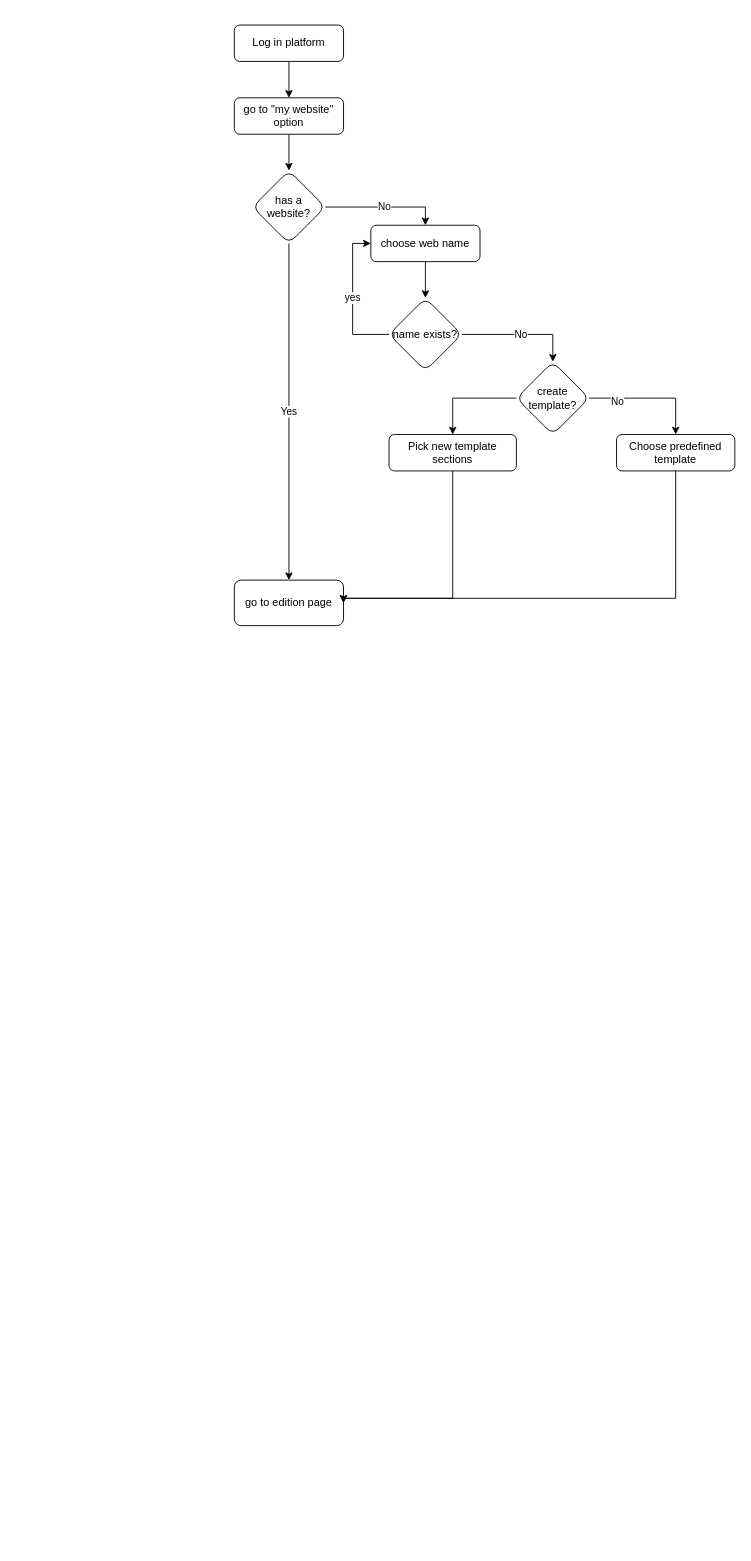
Before: components.drawio in richruizv/platzi_master_startup, a draw.io diagram. Source tidied: cells renumbered, new cells numbered last; positions are measured from the earlier drawing's top-left corner, leaving out a move shared by most shapes. Both pictures are drawn from the tidied source at 91%, with x=0, y=0 at pixel (234, 25).
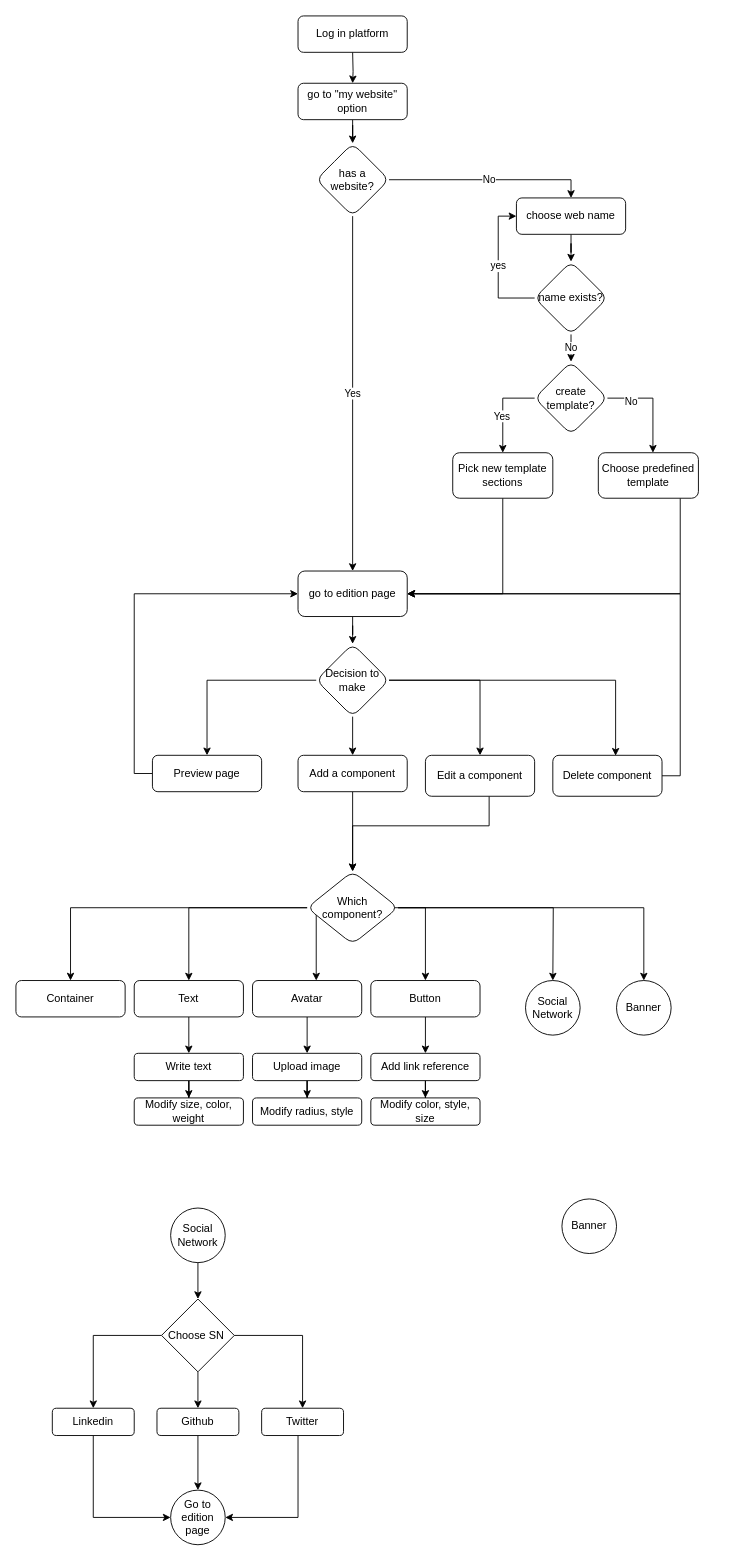
After the change.

Unchanged cells that the change refers to:
```xml
<mxCell id="17" style="edgeStyle=orthogonalEdgeStyle;rounded=0;jettySize=auto;html=1;exitX=0;exitY=0.5;exitDx=0;exitDy=0;" parent="1" edge="1" source="18" target="20">
  <mxGeometry relative="1" as="geometry" />
</mxCell>
```

The edit, as a diff of the source:
```diff
@@
-    <mxCell id="2" style="edgeStyle=orthogonalEdgeStyle;rounded=0;jettySize=auto;html=1;" parent="1" edge="1" source="3" target="5">
-      <mxGeometry relative="1" as="geometry" />
+    <mxCell id="2" style="edgeStyle=orthogonalEdgeStyle;rounded=0;jettySize=auto;html=1;" parent="1" edge="1" target="5">
+      <mxGeometry relative="1" as="geometry">
+        <mxPoint x="130" y="30" as="sourcePoint" />
+      </mxGeometry>
     </mxCell>
     <mxCell id="3" value="Log in platform" style="rounded=1;whiteSpace=wrap;html=1;" parent="1" vertex="1">
-      <mxGeometry width="120" height="40" as="geometry" />
+      <mxGeometry x="70" y="-10" width="120" height="40" as="geometry" />
     </mxCell>
@@
     <mxCell id="5" value="go to &quot;my website&quot; option" style="whiteSpace=wrap;html=1;rounded=1;" parent="1" vertex="1">
-      <mxGeometry y="80" width="120" height="40" as="geometry" />
+      <mxGeometry x="70" y="64" width="120" height="40" as="geometry" />
     </mxCell>
@@
-    <mxCell id="7" value="No" style="edgeStyle=orthogonalEdgeStyle;rounded=0;jettySize=auto;html=1;entryX=0.5;entryY=0;entryDx=0;entryDy=0;" parent="1" edge="1" source="8" target="11">
+    <mxCell id="7" value="No" style="edgeStyle=orthogonalEdgeStyle;rounded=0;jettySize=auto;html=1;entryX=0.5;entryY=0;entryDx=0;entryDy=0;exitX=1;exitY=0.5;exitDx=0;exitDy=0;" parent="1" edge="1" source="8" target="11">
       <mxGeometry relative="1" as="geometry">
         <Array as="points">
-          <mxPoint x="210" y="200" />
+          <mxPoint x="370" y="170" />
         </Array>
       </mxGeometry>
     </mxCell>
     <mxCell id="8" value="has a website?" style="rhombus;whiteSpace=wrap;html=1;rounded=1;" parent="1" vertex="1">
-      <mxGeometry x="20" y="160" width="80" height="80" as="geometry" />
+      <mxGeometry x="90" y="130" width="80" height="80" as="geometry" />
     </mxCell>
+    <mxCell id="23" style="edgeStyle=orthogonalEdgeStyle;rounded=0;jettySize=auto;html=1;" parent="1" edge="1" source="9" target="29">
+      <mxGeometry relative="1" as="geometry" />
+    </mxCell>
     <mxCell id="9" value="go to edition page" style="whiteSpace=wrap;html=1;rounded=1;" parent="1" vertex="1">
-      <mxGeometry y="610" width="120" height="50" as="geometry" />
+      <mxGeometry x="70" y="600" width="120" height="50" as="geometry" />
     </mxCell>
@@
     <mxCell id="11" value="choose web name" style="whiteSpace=wrap;html=1;rounded=1;" parent="1" vertex="1">
-      <mxGeometry x="150" y="220" width="120" height="40" as="geometry" />
+      <mxGeometry x="310" y="190" width="120" height="40" as="geometry" />
     </mxCell>
@@
-    <mxCell id="13" value="No" style="edgeStyle=orthogonalEdgeStyle;rounded=0;jettySize=auto;html=1;" parent="1" edge="1" source="14" target="18">
-      <mxGeometry relative="1" as="geometry">
-        <Array as="points">
-          <mxPoint x="350" y="340" />
-        </Array>
-      </mxGeometry>
+    <mxCell id="13" value="No" style="edgeStyle=orthogonalEdgeStyle;rounded=0;jettySize=auto;html=1;exitX=0.5;exitY=1;exitDx=0;exitDy=0;entryX=0.5;entryY=0;entryDx=0;entryDy=0;" parent="1" edge="1" source="14" target="18">
+      <mxGeometry relative="1" as="geometry" />
     </mxCell>
     <mxCell id="14" value="name exists?" style="rhombus;whiteSpace=wrap;html=1;rounded=1;" parent="1" vertex="1">
-      <mxGeometry x="170" y="300" width="80" height="80" as="geometry" />
+      <mxGeometry x="330" y="260" width="80" height="80" as="geometry" />
     </mxCell>
     <mxCell id="15" style="edgeStyle=orthogonalEdgeStyle;rounded=0;jettySize=auto;html=1;" parent="1" edge="1" source="18" target="22">
       <mxGeometry relative="1" as="geometry">
         <Array as="points">
-          <mxPoint x="485" y="410" />
+          <mxPoint x="460" y="410" />
         </Array>
       </mxGeometry>
     </mxCell>
@@
+    <mxCell id="24" value="Yes" style="edgeLabel;html=1;align=center;verticalAlign=middle;" parent="17" vertex="1">
+      <mxGeometry x="0.13" y="-2" relative="1" as="geometry" />
+    </mxCell>
     <mxCell id="18" value="create template?" style="rhombus;whiteSpace=wrap;html=1;rounded=1;" parent="1" vertex="1">
-      <mxGeometry x="310" y="370" width="80" height="80" as="geometry" />
+      <mxGeometry x="330" y="370" width="80" height="80" as="geometry" />
     </mxCell>
     <mxCell id="19" style="edgeStyle=orthogonalEdgeStyle;rounded=0;jettySize=auto;html=1;entryX=1;entryY=0.5;entryDx=0;entryDy=0;" parent="1" edge="1" source="20" target="9">
       <mxGeometry relative="1" as="geometry">
         <Array as="points">
-          <mxPoint x="240" y="630" />
-          <mxPoint x="120" y="630" />
+          <mxPoint x="295" y="625" />
         </Array>
       </mxGeometry>
     </mxCell>
     <mxCell id="20" value="Pick new template sections" style="whiteSpace=wrap;html=1;rounded=1;" parent="1" vertex="1">
-      <mxGeometry x="170" y="450" width="140" height="40" as="geometry" />
+      <mxGeometry x="240" y="470" width="110" height="50" as="geometry" />
     </mxCell>
     <mxCell id="21" style="edgeStyle=orthogonalEdgeStyle;rounded=0;jettySize=auto;html=1;entryX=1;entryY=0.5;entryDx=0;entryDy=0;" parent="1" edge="1" source="22" target="9">
       <mxGeometry relative="1" as="geometry">
         <Array as="points">
-          <mxPoint x="485" y="630" />
-          <mxPoint x="120" y="630" />
+          <mxPoint x="490" y="625" />
         </Array>
       </mxGeometry>
     </mxCell>
     <mxCell id="22" value="Choose predefined template" style="whiteSpace=wrap;html=1;rounded=1;" parent="1" vertex="1">
-      <mxGeometry x="420" y="450" width="130" height="40" as="geometry" />
+      <mxGeometry x="400" y="470" width="110" height="50" as="geometry" />
     </mxCell>
+    <mxCell id="25" style="edgeStyle=orthogonalEdgeStyle;rounded=0;jettySize=auto;html=1;" parent="1" edge="1" source="29" target="31">
+      <mxGeometry relative="1" as="geometry" />
+    </mxCell>
+    <mxCell id="26" style="edgeStyle=orthogonalEdgeStyle;rounded=0;jettySize=auto;html=1;entryX=0.575;entryY=0.011;entryDx=0;entryDy=0;entryPerimeter=0;" parent="1" edge="1" source="29" target="35">
+      <mxGeometry relative="1" as="geometry" />
+    </mxCell>
+    <mxCell id="27" style="edgeStyle=orthogonalEdgeStyle;rounded=0;jettySize=auto;html=1;exitX=1;exitY=0.5;exitDx=0;exitDy=0;entryX=0.5;entryY=0;entryDx=0;entryDy=0;" parent="1" edge="1" source="29" target="33">
+      <mxGeometry relative="1" as="geometry" />
+    </mxCell>
+    <mxCell id="28" style="edgeStyle=orthogonalEdgeStyle;rounded=0;jettySize=auto;html=1;" parent="1" edge="1" source="29" target="44">
+      <mxGeometry relative="1" as="geometry" />
+    </mxCell>
+    <mxCell id="29" value="Decision to make" style="rhombus;whiteSpace=wrap;html=1;rounded=1;" parent="1" vertex="1">
+      <mxGeometry x="90" y="680" width="80" height="80" as="geometry" />
+    </mxCell>
+    <mxCell id="30" style="edgeStyle=orthogonalEdgeStyle;rounded=0;jettySize=auto;html=1;" parent="1" edge="1" source="31" target="42">
+      <mxGeometry relative="1" as="geometry" />
+    </mxCell>
+    <mxCell id="31" value="Add a component" style="whiteSpace=wrap;html=1;rounded=1;" parent="1" vertex="1">
+      <mxGeometry x="70" y="802.5" width="120" height="40" as="geometry" />
+    </mxCell>
+    <mxCell id="32" style="edgeStyle=orthogonalEdgeStyle;rounded=0;jettySize=auto;html=1;entryX=0.5;entryY=0;entryDx=0;entryDy=0;" parent="1" edge="1" source="33" target="42">
+      <mxGeometry relative="1" as="geometry">
+        <Array as="points">
+          <mxPoint x="280" y="880" />
+          <mxPoint x="130" y="880" />
+        </Array>
+      </mxGeometry>
+    </mxCell>
+    <mxCell id="33" value="Edit a component" style="whiteSpace=wrap;html=1;rounded=1;" parent="1" vertex="1">
+      <mxGeometry x="210" y="802.5" width="120" height="45" as="geometry" />
+    </mxCell>
+    <mxCell id="34" style="edgeStyle=orthogonalEdgeStyle;rounded=0;jettySize=auto;html=1;entryX=1;entryY=0.5;entryDx=0;entryDy=0;" parent="1" edge="1" source="35" target="9">
+      <mxGeometry relative="1" as="geometry">
+        <Array as="points">
+          <mxPoint x="490" y="825" />
+          <mxPoint x="490" y="625" />
+        </Array>
+      </mxGeometry>
+    </mxCell>
+    <mxCell id="35" value="Delete component" style="whiteSpace=wrap;html=1;rounded=1;" parent="1" vertex="1">
+      <mxGeometry x="350" y="802.5" width="120" height="45" as="geometry" />
+    </mxCell>
+    <mxCell id="36" style="edgeStyle=orthogonalEdgeStyle;rounded=0;jettySize=auto;html=1;exitX=0;exitY=0.5;exitDx=0;exitDy=0;entryX=0.5;entryY=0;entryDx=0;entryDy=0;endArrow=classic;endFill=1;" parent="1" edge="1" source="42" target="45">
+      <mxGeometry relative="1" as="geometry" />
+    </mxCell>
+    <mxCell id="37" style="edgeStyle=orthogonalEdgeStyle;rounded=0;jettySize=auto;html=1;endArrow=classic;endFill=1;" parent="1" edge="1" source="42" target="47">
+      <mxGeometry relative="1" as="geometry" />
+    </mxCell>
+    <mxCell id="38" style="edgeStyle=orthogonalEdgeStyle;rounded=0;jettySize=auto;html=1;exitX=1;exitY=0.5;exitDx=0;exitDy=0;endArrow=classic;endFill=1;" parent="1" edge="1" source="42" target="49">
+      <mxGeometry relative="1" as="geometry">
+        <Array as="points">
+          <mxPoint x="90" y="970" />
+        </Array>
+      </mxGeometry>
+    </mxCell>
+    <mxCell id="39" style="edgeStyle=orthogonalEdgeStyle;rounded=0;jettySize=auto;html=1;exitX=1;exitY=0.5;exitDx=0;exitDy=0;endArrow=classic;endFill=1;" parent="1" edge="1" source="42" target="51">
+      <mxGeometry relative="1" as="geometry" />
+    </mxCell>
+    <mxCell id="40" style="edgeStyle=orthogonalEdgeStyle;rounded=0;jettySize=auto;html=1;endArrow=classic;endFill=1;" parent="1" edge="1" source="42">
+      <mxGeometry relative="1" as="geometry">
+        <mxPoint x="350" y="1050" as="targetPoint" />
+      </mxGeometry>
+    </mxCell>
+    <mxCell id="41" style="edgeStyle=orthogonalEdgeStyle;rounded=0;jettySize=auto;html=1;entryX=0.5;entryY=0;entryDx=0;entryDy=0;endArrow=classic;endFill=1;" parent="1" edge="1" source="42" target="75">
+      <mxGeometry relative="1" as="geometry" />
+    </mxCell>
+    <mxCell id="42" value="Which component?" style="rhombus;whiteSpace=wrap;html=1;rounded=1;" parent="1" vertex="1">
+      <mxGeometry x="80" y="930" width="100" height="80" as="geometry" />
+    </mxCell>
+    <mxCell id="43" style="edgeStyle=orthogonalEdgeStyle;rounded=0;jettySize=auto;html=1;entryX=0;entryY=0.5;entryDx=0;entryDy=0;" parent="1" edge="1" source="44" target="9">
+      <mxGeometry relative="1" as="geometry">
+        <Array as="points">
+          <mxPoint x="-110" y="823" />
+          <mxPoint x="-110" y="625" />
+        </Array>
+      </mxGeometry>
+    </mxCell>
+    <mxCell id="44" value="Preview page" style="whiteSpace=wrap;html=1;rounded=1;" parent="1" vertex="1">
+      <mxGeometry x="-90" y="802.5" width="120" height="40" as="geometry" />
+    </mxCell>
+    <mxCell id="45" value="Container" style="whiteSpace=wrap;html=1;rounded=1;" parent="1" vertex="1">
+      <mxGeometry x="-240" y="1050" width="120" height="40" as="geometry" />
+    </mxCell>
+    <mxCell id="46" style="edgeStyle=orthogonalEdgeStyle;rounded=0;jettySize=auto;html=1;endArrow=classic;endFill=1;" parent="1" edge="1" source="47" target="53">
+      <mxGeometry relative="1" as="geometry" />
+    </mxCell>
+    <mxCell id="47" value="Text" style="whiteSpace=wrap;html=1;rounded=1;" parent="1" vertex="1">
+      <mxGeometry x="-110" y="1050" width="120" height="40" as="geometry" />
+    </mxCell>
+    <mxCell id="48" style="edgeStyle=orthogonalEdgeStyle;rounded=0;jettySize=auto;html=1;endArrow=classic;endFill=1;" parent="1" edge="1" source="49" target="56">
+      <mxGeometry relative="1" as="geometry" />
+    </mxCell>
+    <mxCell id="49" value="Avatar" style="whiteSpace=wrap;html=1;rounded=1;" parent="1" vertex="1">
+      <mxGeometry x="20" y="1050" width="120" height="40" as="geometry" />
+    </mxCell>
+    <mxCell id="50" style="edgeStyle=orthogonalEdgeStyle;rounded=0;jettySize=auto;html=1;endArrow=classic;endFill=1;" parent="1" edge="1" source="51" target="59">
+      <mxGeometry relative="1" as="geometry" />
+    </mxCell>
+    <mxCell id="51" value="Button" style="whiteSpace=wrap;html=1;rounded=1;" parent="1" vertex="1">
+      <mxGeometry x="150" y="1050" width="120" height="40" as="geometry" />
+    </mxCell>
+    <mxCell id="52" style="edgeStyle=orthogonalEdgeStyle;rounded=0;jettySize=auto;html=1;endArrow=classic;endFill=1;" parent="1" edge="1" source="53" target="54">
+      <mxGeometry relative="1" as="geometry" />
+    </mxCell>
+    <mxCell id="53" value="Write text" style="whiteSpace=wrap;html=1;rounded=1;" parent="1" vertex="1">
+      <mxGeometry x="-110" y="1130" width="120" height="30" as="geometry" />
+    </mxCell>
+    <mxCell id="54" value="Modify size, color, weight" style="whiteSpace=wrap;html=1;rounded=1;" parent="1" vertex="1">
+      <mxGeometry x="-110" y="1179" width="120" height="30" as="geometry" />
+    </mxCell>
+    <mxCell id="55" style="edgeStyle=orthogonalEdgeStyle;rounded=0;jettySize=auto;html=1;endArrow=classic;endFill=1;" parent="1" edge="1" source="56" target="57">
+      <mxGeometry relative="1" as="geometry" />
+    </mxCell>
+    <mxCell id="56" value="Upload image" style="whiteSpace=wrap;html=1;rounded=1;" parent="1" vertex="1">
+      <mxGeometry x="20" y="1130" width="120" height="30" as="geometry" />
+    </mxCell>
+    <mxCell id="57" value="Modify radius, style" style="whiteSpace=wrap;html=1;rounded=1;" parent="1" vertex="1">
+      <mxGeometry x="20" y="1179" width="120" height="30" as="geometry" />
+    </mxCell>
+    <mxCell id="58" style="edgeStyle=orthogonalEdgeStyle;rounded=0;jettySize=auto;html=1;endArrow=classic;endFill=1;" parent="1" edge="1" source="59" target="60">
+      <mxGeometry relative="1" as="geometry" />
+    </mxCell>
+    <mxCell id="59" value="Add link reference" style="whiteSpace=wrap;html=1;rounded=1;" parent="1" vertex="1">
+      <mxGeometry x="150" y="1130" width="120" height="30" as="geometry" />
+    </mxCell>
+    <mxCell id="60" value="Modify color, style, size" style="whiteSpace=wrap;html=1;rounded=1;" parent="1" vertex="1">
+      <mxGeometry x="150" y="1179" width="120" height="30" as="geometry" />
+    </mxCell>
+    <mxCell id="61" value="Social Network" style="ellipse;whiteSpace=wrap;html=1;" parent="1" vertex="1">
+      <mxGeometry x="320" y="1050" width="60" height="60" as="geometry" />
+    </mxCell>
+    <mxCell id="62" style="edgeStyle=orthogonalEdgeStyle;rounded=0;jettySize=auto;html=1;endArrow=classic;endFill=1;" parent="1" edge="1" source="63" target="67">
+      <mxGeometry relative="1" as="geometry" />
+    </mxCell>
+    <mxCell id="63" value="Social Network" style="ellipse;whiteSpace=wrap;html=1;" parent="1" vertex="1">
+      <mxGeometry x="-70" y="1300" width="60" height="60" as="geometry" />
+    </mxCell>
+    <mxCell id="64" style="edgeStyle=orthogonalEdgeStyle;rounded=0;jettySize=auto;html=1;endArrow=classic;endFill=1;entryX=0.5;entryY=0;entryDx=0;entryDy=0;" parent="1" edge="1" source="67" target="69">
+      <mxGeometry relative="1" as="geometry" />
+    </mxCell>
+    <mxCell id="65" style="edgeStyle=orthogonalEdgeStyle;rounded=0;jettySize=auto;html=1;exitX=0.5;exitY=1;exitDx=0;exitDy=0;entryX=0.5;entryY=0;entryDx=0;entryDy=0;endArrow=classic;endFill=1;" parent="1" edge="1" source="67" target="71">
+      <mxGeometry relative="1" as="geometry" />
+    </mxCell>
+    <mxCell id="66" style="edgeStyle=orthogonalEdgeStyle;rounded=0;jettySize=auto;html=1;entryX=0.5;entryY=0;entryDx=0;entryDy=0;endArrow=classic;endFill=1;" parent="1" edge="1" source="67" target="73">
+      <mxGeometry relative="1" as="geometry" />
+    </mxCell>
+    <mxCell id="67" value="Choose SN&amp;nbsp;" style="rhombus;whiteSpace=wrap;html=1;" parent="1" vertex="1">
+      <mxGeometry x="-80" y="1400" width="80" height="80" as="geometry" />
+    </mxCell>
+    <mxCell id="68" style="edgeStyle=orthogonalEdgeStyle;rounded=0;jettySize=auto;html=1;entryX=0;entryY=0.5;entryDx=0;entryDy=0;endArrow=classic;endFill=1;" parent="1" edge="1" source="69" target="74">
+      <mxGeometry relative="1" as="geometry">
+        <Array as="points">
+          <mxPoint x="-155" y="1640" />
+        </Array>
+      </mxGeometry>
+    </mxCell>
+    <mxCell id="69" value="Linkedin" style="whiteSpace=wrap;html=1;rounded=1;" parent="1" vertex="1">
+      <mxGeometry x="-200" y="1520" width="90" height="30" as="geometry" />
+    </mxCell>
+    <mxCell id="70" style="edgeStyle=orthogonalEdgeStyle;rounded=0;jettySize=auto;html=1;endArrow=classic;endFill=1;" parent="1" edge="1" source="71" target="74">
+      <mxGeometry relative="1" as="geometry" />
+    </mxCell>
+    <mxCell id="71" value="Github" style="whiteSpace=wrap;html=1;rounded=1;" parent="1" vertex="1">
+      <mxGeometry x="-85" y="1520" width="90" height="30" as="geometry" />
+    </mxCell>
+    <mxCell id="72" style="edgeStyle=orthogonalEdgeStyle;rounded=0;jettySize=auto;html=1;entryX=1;entryY=0.5;entryDx=0;entryDy=0;endArrow=classic;endFill=1;" parent="1" edge="1" source="73" target="74">
+      <mxGeometry relative="1" as="geometry">
+        <Array as="points">
+          <mxPoint x="70" y="1640" />
+        </Array>
+      </mxGeometry>
+    </mxCell>
+    <mxCell id="73" value="Twitter" style="whiteSpace=wrap;html=1;rounded=1;" parent="1" vertex="1">
+      <mxGeometry x="30" y="1520" width="90" height="30" as="geometry" />
+    </mxCell>
+    <mxCell id="74" value="Go to edition page" style="ellipse;whiteSpace=wrap;html=1;" parent="1" vertex="1">
+      <mxGeometry x="-70" y="1610" width="60" height="60" as="geometry" />
+    </mxCell>
+    <mxCell id="75" value="Banner" style="ellipse;whiteSpace=wrap;html=1;" parent="1" vertex="1">
+      <mxGeometry x="420" y="1050" width="60" height="60" as="geometry" />
+    </mxCell>
+    <mxCell id="76" value="Banner" style="ellipse;whiteSpace=wrap;html=1;" parent="1" vertex="1">
+      <mxGeometry x="360" y="1290" width="60" height="60" as="geometry" />
+    </mxCell>
```
